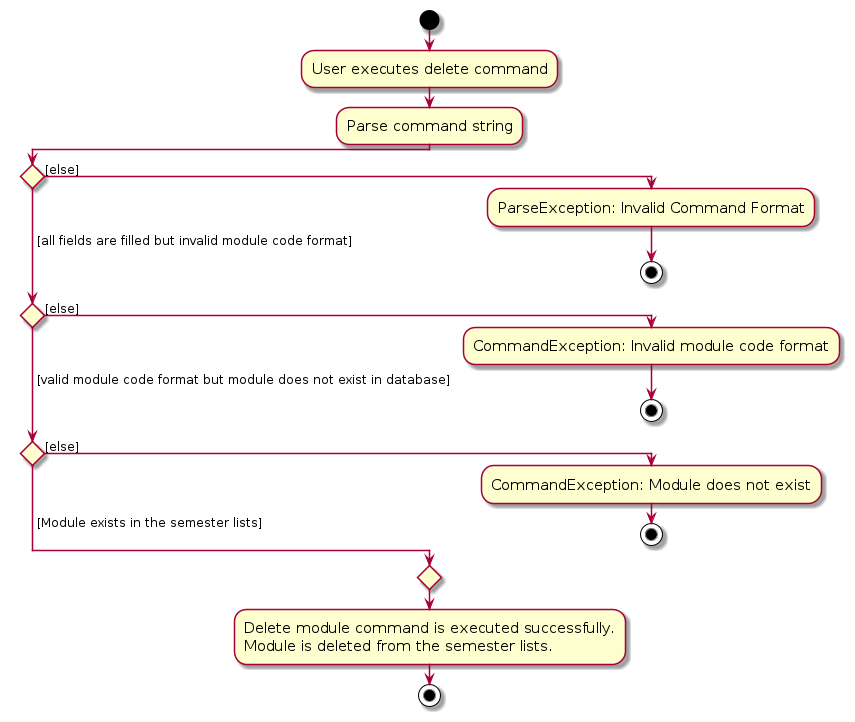
Above: diagrams/DeleteCommandActivityDiagram.png in yyyaohhh/tp (PlantUML), before the change. Its source is kept beside it as diagrams/DeleteCommandActivityDiagram.puml.
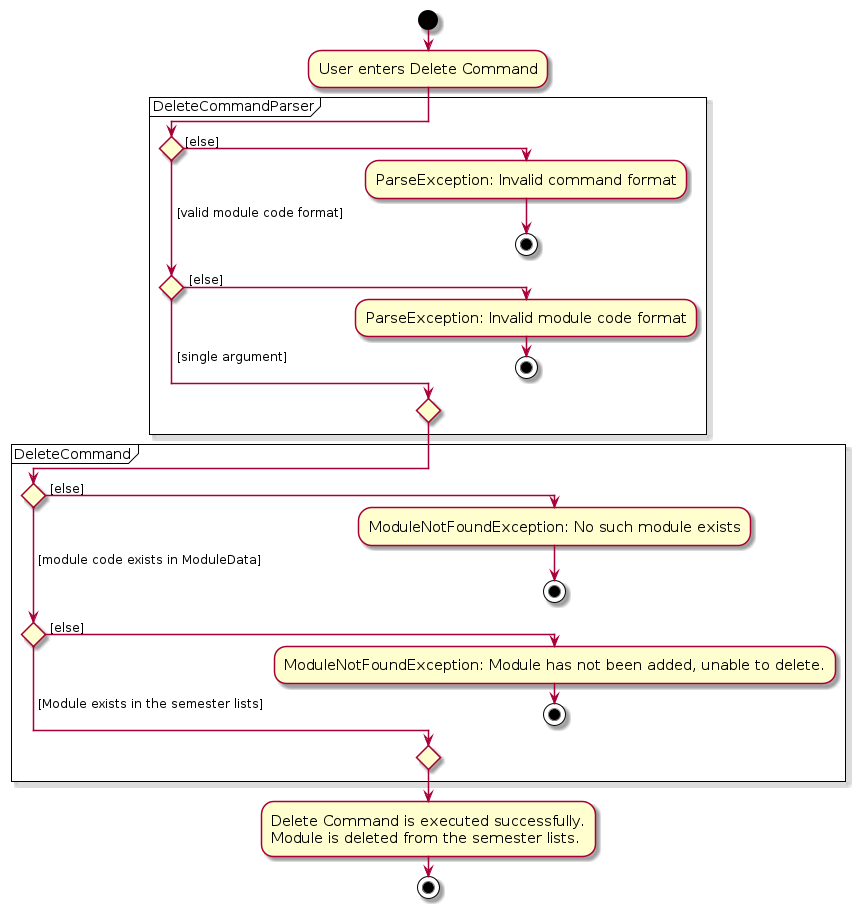
After the change.

What changed in the source:
```diff
@@ -4,23 +4,37 @@
 skinparam ArrowFontSize 12
 !pragma useVerticalIf on
 start
-:User executes delete command;
-:Parse command string;
+:User enters Delete Command;
+
+partition DeleteCommandParser {
 
 if () then ([else])
-    :ParseException: Invalid Command Format;
+    :ParseException: Invalid command format;
     stop
-( [all fields are filled but invalid module code format]) elseif () then ([else])
-    :CommandException: Invalid module code format;
+( [valid module code format]) elseif () then ( [else])
+    :ParseException: Invalid module code format;
     stop
-( [valid module code format but module does not exist in database]) elseif () then ([else])
-    :CommandException: Module does not exist;
+else ( [single argument])
+
+endif
+}
+
+partition DeleteCommand {
+
+if () then ( [else])
+    :ModuleNotFoundException: No such module exists;
+    stop
+( [module code exists in ModuleData]) elseif () then ( [else])
+    :ModuleNotFoundException: Module has not been added, unable to delete.;
     stop
 else ( [Module exists in the semester lists])
 
 endif
-:Delete module command is executed successfully.
+}
+
+:Delete Command is executed successfully.
 Module is deleted from the semester lists.;
 
 stop
+
 @enduml
```
